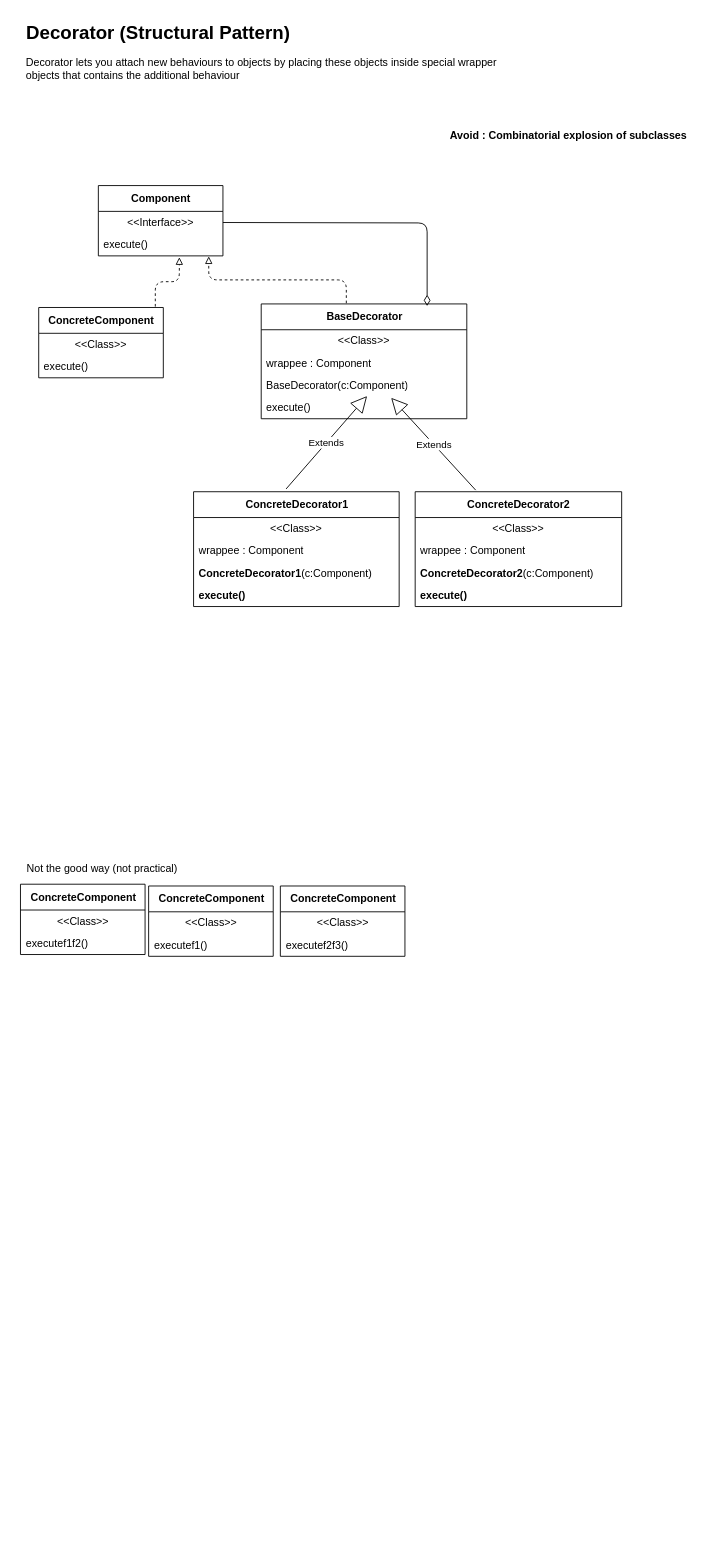
Earlier version of the draw.io diagram page "Decorator" (16 of 16) of design-patterns.drawio (p-killer/Boa-Design-Pattern). Source tidied: cells renumbered, new cells numbered last; positions are measured from the earlier drawing's top-left corner, leaving out a move shared by most shapes. Both pictures are drawn from the tidied source at 89%, with x=0, y=0 at pixel (18, 15).
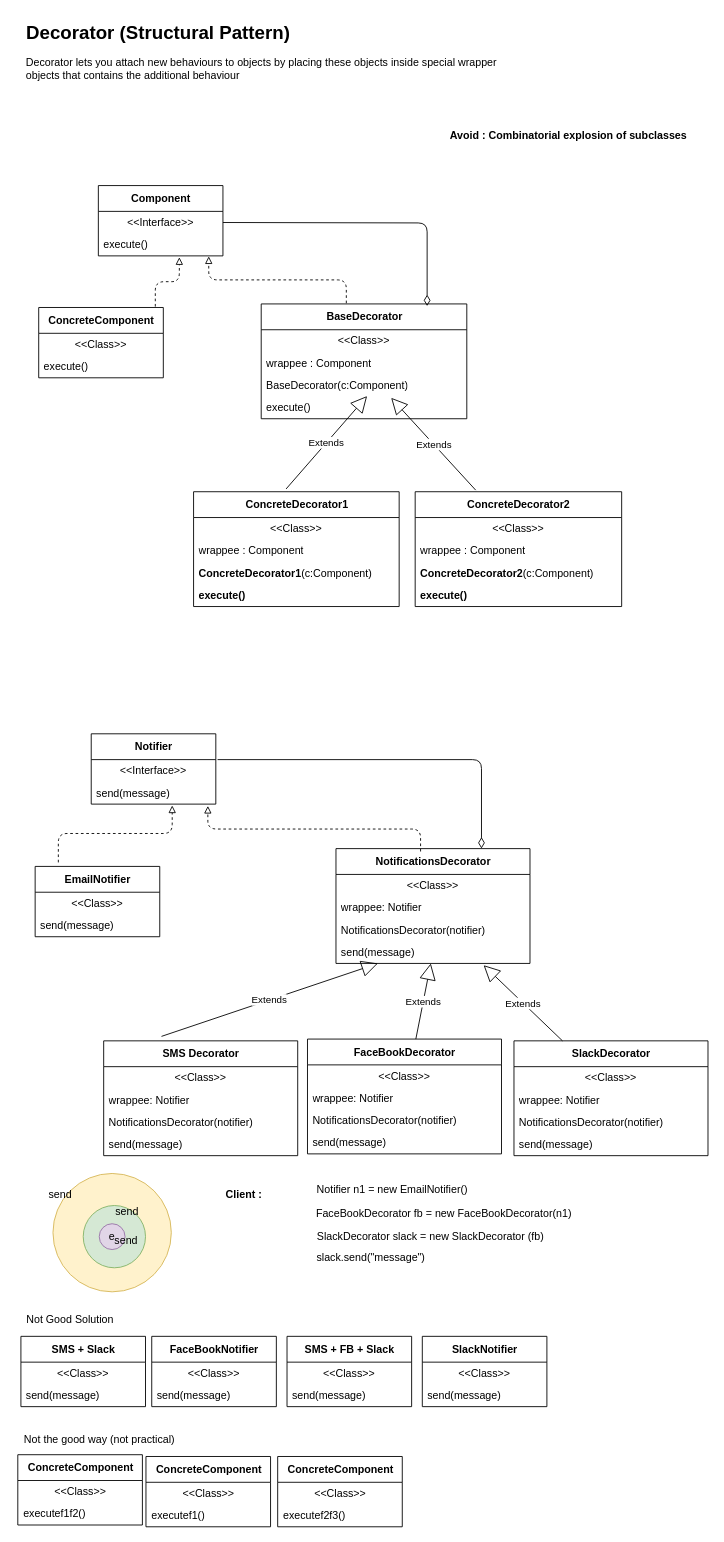
After the change.

Commit message (it also covers changes not shown here):
Decorator started !!!

The edit, as a diff of the source:
```diff
@@
     <mxCell id="19" style="group;" parent="1" vertex="1">
-      <mxGeometry y="946" width="434.5" height="111" as="geometry" />
+      <mxGeometry x="-3" y="1587" width="434.5" height="111" as="geometry" />
     </mxCell>
@@
+    <mxCell id="42" value="Notifier" style="swimlane;fontStyle=1;align=center;verticalAlign=middle;horizontal=1;startSize=29;html=1;" parent="1" vertex="1">
+      <mxGeometry x="82" y="807" width="140" height="79" as="geometry" />
+    </mxCell>
+    <mxCell id="43" value="&amp;lt;&amp;lt;Interface&amp;gt;&amp;gt;" style="text;html=1;strokeColor=none;fillColor=none;align=center;verticalAlign=middle;spacingLeft=4;spacingRight=4;overflow=hidden;points=[[0,0.5],[1,0.5]];portConstraint=eastwest;" parent="42" vertex="1">
+      <mxGeometry y="29" width="140" height="25" as="geometry" />
+    </mxCell>
+    <mxCell id="44" value="send(message)" style="text;html=1;strokeColor=none;fillColor=none;align=left;verticalAlign=middle;spacingLeft=4;spacingRight=4;overflow=hidden;points=[[0,0.5],[1,0.5]];portConstraint=eastwest;" parent="42" vertex="1">
+      <mxGeometry y="54" width="140" height="25" as="geometry" />
+    </mxCell>
+    <mxCell id="45" value="EmailNotifier" style="swimlane;fontStyle=1;align=center;verticalAlign=middle;horizontal=1;startSize=29;html=1;" parent="1" vertex="1">
+      <mxGeometry x="19" y="956" width="140" height="79" as="geometry" />
+    </mxCell>
+    <mxCell id="46" value="&amp;lt;&amp;lt;Class&amp;gt;&amp;gt;" style="text;html=1;strokeColor=none;fillColor=none;align=center;verticalAlign=middle;spacingLeft=4;spacingRight=4;overflow=hidden;" parent="45" vertex="1">
+      <mxGeometry y="29" width="140" height="25" as="geometry" />
+    </mxCell>
+    <mxCell id="47" value="send(message)" style="text;html=1;strokeColor=none;fillColor=none;align=left;verticalAlign=middle;spacingLeft=4;spacingRight=4;overflow=hidden;" parent="45" vertex="1">
+      <mxGeometry y="54" width="140" height="25" as="geometry" />
+    </mxCell>
+    <mxCell id="48" style="edgeStyle=elbowEdgeStyle;html=1;endArrow=block;elbow=vertical;endFill=0;dashed=1;rounded=1;entryX=0.65;entryY=1.06;entryDx=0;entryDy=0;entryPerimeter=0;exitX=0.186;exitY=-0.057;exitDx=0;exitDy=0;exitPerimeter=0;" parent="1" edge="1" source="45" target="44">
+      <mxGeometry relative="1" as="geometry" />
+    </mxCell>
+    <mxCell id="49" style="group;" parent="1" vertex="1">
+      <mxGeometry y="1453" width="594" height="110" as="geometry" />
+    </mxCell>
+    <mxCell id="50" value="FaceBookNotifier" style="swimlane;fontStyle=1;align=center;verticalAlign=middle;horizontal=1;startSize=29;html=1;" parent="49" vertex="1">
+      <mxGeometry x="150" y="31" width="140" height="79" as="geometry" />
+    </mxCell>
+    <mxCell id="51" value="&amp;lt;&amp;lt;Class&amp;gt;&amp;gt;" style="text;html=1;strokeColor=none;fillColor=none;align=center;verticalAlign=middle;spacingLeft=4;spacingRight=4;overflow=hidden;" parent="50" vertex="1">
+      <mxGeometry y="29" width="140" height="25" as="geometry" />
+    </mxCell>
+    <mxCell id="52" value="send(message)" style="text;html=1;strokeColor=none;fillColor=none;align=left;verticalAlign=middle;spacingLeft=4;spacingRight=4;overflow=hidden;" parent="50" vertex="1">
+      <mxGeometry y="54" width="140" height="25" as="geometry" />
+    </mxCell>
+    <mxCell id="53" value="SlackNotifier" style="swimlane;fontStyle=1;align=center;verticalAlign=middle;horizontal=1;startSize=29;html=1;" parent="49" vertex="1">
+      <mxGeometry x="454" y="31" width="140" height="79" as="geometry" />
+    </mxCell>
+    <mxCell id="54" value="&amp;lt;&amp;lt;Class&amp;gt;&amp;gt;" style="text;html=1;strokeColor=none;fillColor=none;align=center;verticalAlign=middle;spacingLeft=4;spacingRight=4;overflow=hidden;" parent="53" vertex="1">
+      <mxGeometry y="29" width="140" height="25" as="geometry" />
+    </mxCell>
+    <mxCell id="55" value="send(message)" style="text;html=1;strokeColor=none;fillColor=none;align=left;verticalAlign=middle;spacingLeft=4;spacingRight=4;overflow=hidden;" parent="53" vertex="1">
+      <mxGeometry y="54" width="140" height="25" as="geometry" />
+    </mxCell>
+    <mxCell id="56" value="SMS + Slack" style="swimlane;fontStyle=1;align=center;verticalAlign=middle;horizontal=1;startSize=29;html=1;" parent="49" vertex="1">
+      <mxGeometry x="3" y="31" width="140" height="79" as="geometry" />
+    </mxCell>
+    <mxCell id="57" value="&amp;lt;&amp;lt;Class&amp;gt;&amp;gt;" style="text;html=1;strokeColor=none;fillColor=none;align=center;verticalAlign=middle;spacingLeft=4;spacingRight=4;overflow=hidden;" parent="56" vertex="1">
+      <mxGeometry y="29" width="140" height="25" as="geometry" />
+    </mxCell>
+    <mxCell id="58" value="send(message)" style="text;html=1;strokeColor=none;fillColor=none;align=left;verticalAlign=middle;spacingLeft=4;spacingRight=4;overflow=hidden;" parent="56" vertex="1">
+      <mxGeometry y="54" width="140" height="25" as="geometry" />
+    </mxCell>
+    <mxCell id="59" value="SMS + FB + Slack" style="swimlane;fontStyle=1;align=center;verticalAlign=middle;horizontal=1;startSize=29;html=1;" parent="49" vertex="1">
+      <mxGeometry x="302" y="31" width="140" height="79" as="geometry" />
+    </mxCell>
+    <mxCell id="60" value="&amp;lt;&amp;lt;Class&amp;gt;&amp;gt;" style="text;html=1;strokeColor=none;fillColor=none;align=center;verticalAlign=middle;spacingLeft=4;spacingRight=4;overflow=hidden;" parent="59" vertex="1">
+      <mxGeometry y="29" width="140" height="25" as="geometry" />
+    </mxCell>
+    <mxCell id="61" value="send(message)" style="text;html=1;strokeColor=none;fillColor=none;align=left;verticalAlign=middle;spacingLeft=4;spacingRight=4;overflow=hidden;" parent="59" vertex="1">
+      <mxGeometry y="54" width="140" height="25" as="geometry" />
+    </mxCell>
+    <mxCell id="62" value="Not Good Solution" style="text;html=1;align=center;verticalAlign=middle;strokeColor=none;fillColor=none;" parent="49" vertex="1">
+      <mxGeometry width="116" height="26" as="geometry" />
+    </mxCell>
+    <mxCell id="63" value="NotificationsDecorator" style="swimlane;fontStyle=1;align=center;verticalAlign=middle;horizontal=1;startSize=29;html=1;" parent="1" vertex="1">
+      <mxGeometry x="357" y="936" width="218" height="129" as="geometry" />
+    </mxCell>
+    <mxCell id="64" value="&amp;lt;&amp;lt;Class&amp;gt;&amp;gt;" style="text;html=1;strokeColor=none;fillColor=none;align=center;verticalAlign=middle;spacingLeft=4;spacingRight=4;overflow=hidden;" parent="63" vertex="1">
+      <mxGeometry y="29" width="218" height="25" as="geometry" />
+    </mxCell>
+    <mxCell id="65" value="wrappee: Notifier" style="text;html=1;strokeColor=none;fillColor=none;align=left;verticalAlign=middle;spacingLeft=4;spacingRight=4;overflow=hidden;" parent="63" vertex="1">
+      <mxGeometry y="54" width="218" height="25" as="geometry" />
+    </mxCell>
+    <mxCell id="66" value="NotificationsDecorator(notifier)" style="text;html=1;strokeColor=none;fillColor=none;align=left;verticalAlign=middle;spacingLeft=4;spacingRight=4;overflow=hidden;" parent="63" vertex="1">
+      <mxGeometry y="79" width="218" height="25" as="geometry" />
+    </mxCell>
+    <mxCell id="67" value="send(message)" style="text;html=1;strokeColor=none;fillColor=none;align=left;verticalAlign=middle;spacingLeft=4;spacingRight=4;overflow=hidden;points=[[0,0.5],[1,0.5]];portConstraint=eastwest;" parent="63" vertex="1">
+      <mxGeometry y="104" width="218" height="25" as="geometry" />
+    </mxCell>
+    <mxCell id="68" style="edgeStyle=elbowEdgeStyle;html=1;endArrow=block;elbow=vertical;endFill=0;dashed=1;rounded=1;entryX=0.936;entryY=1.08;entryDx=0;entryDy=0;entryPerimeter=0;exitX=0.436;exitY=0.025;exitDx=0;exitDy=0;exitPerimeter=0;" parent="1" edge="1" source="63" target="44">
+      <mxGeometry relative="1" as="geometry" />
+    </mxCell>
+    <mxCell id="69" style="html=1;endArrow=diamondThin;endFill=0;edgeStyle=elbowEdgeStyle;elbow=vertical;endSize=10;rounded=1;entryX=0.75;entryY=0;entryDx=0;entryDy=0;exitX=1.014;exitY=0;exitDx=0;exitDy=0;exitPerimeter=0;" parent="1" edge="1" source="43" target="63">
+      <mxGeometry relative="1" as="geometry">
+        <Array as="points">
+          <mxPoint x="373" y="836" />
+          <mxPoint x="472" y="700.5" />
+        </Array>
+      </mxGeometry>
+    </mxCell>
+    <mxCell id="70" value="SMS Decorator" style="swimlane;fontStyle=1;align=center;verticalAlign=middle;horizontal=1;startSize=29;html=1;" parent="1" vertex="1">
+      <mxGeometry x="96" y="1152" width="218" height="129" as="geometry" />
+    </mxCell>
+    <mxCell id="71" value="&amp;lt;&amp;lt;Class&amp;gt;&amp;gt;" style="text;html=1;strokeColor=none;fillColor=none;align=center;verticalAlign=middle;spacingLeft=4;spacingRight=4;overflow=hidden;" parent="70" vertex="1">
+      <mxGeometry y="29" width="218" height="25" as="geometry" />
+    </mxCell>
+    <mxCell id="72" value="wrappee: Notifier" style="text;html=1;strokeColor=none;fillColor=none;align=left;verticalAlign=middle;spacingLeft=4;spacingRight=4;overflow=hidden;" parent="70" vertex="1">
+      <mxGeometry y="54" width="218" height="25" as="geometry" />
+    </mxCell>
+    <mxCell id="73" value="NotificationsDecorator(notifier)" style="text;html=1;strokeColor=none;fillColor=none;align=left;verticalAlign=middle;spacingLeft=4;spacingRight=4;overflow=hidden;" parent="70" vertex="1">
+      <mxGeometry y="79" width="218" height="25" as="geometry" />
+    </mxCell>
+    <mxCell id="74" value="send(message)" style="text;html=1;strokeColor=none;fillColor=none;align=left;verticalAlign=middle;spacingLeft=4;spacingRight=4;overflow=hidden;" parent="70" vertex="1">
+      <mxGeometry y="104" width="218" height="25" as="geometry" />
+    </mxCell>
+    <mxCell id="75" value="FaceBookDecorator" style="swimlane;fontStyle=1;align=center;verticalAlign=middle;horizontal=1;startSize=29;html=1;" parent="1" vertex="1">
+      <mxGeometry x="325" y="1150" width="218" height="129" as="geometry" />
+    </mxCell>
+    <mxCell id="76" value="&amp;lt;&amp;lt;Class&amp;gt;&amp;gt;" style="text;html=1;strokeColor=none;fillColor=none;align=center;verticalAlign=middle;spacingLeft=4;spacingRight=4;overflow=hidden;" parent="75" vertex="1">
+      <mxGeometry y="29" width="218" height="25" as="geometry" />
+    </mxCell>
+    <mxCell id="77" value="wrappee: Notifier" style="text;html=1;strokeColor=none;fillColor=none;align=left;verticalAlign=middle;spacingLeft=4;spacingRight=4;overflow=hidden;" parent="75" vertex="1">
+      <mxGeometry y="54" width="218" height="25" as="geometry" />
+    </mxCell>
+    <mxCell id="78" value="NotificationsDecorator(notifier)" style="text;html=1;strokeColor=none;fillColor=none;align=left;verticalAlign=middle;spacingLeft=4;spacingRight=4;overflow=hidden;" parent="75" vertex="1">
+      <mxGeometry y="79" width="218" height="25" as="geometry" />
+    </mxCell>
+    <mxCell id="79" value="send(message)" style="text;html=1;strokeColor=none;fillColor=none;align=left;verticalAlign=middle;spacingLeft=4;spacingRight=4;overflow=hidden;" parent="75" vertex="1">
+      <mxGeometry y="104" width="218" height="25" as="geometry" />
+    </mxCell>
+    <mxCell id="80" value="SlackDecorator" style="swimlane;fontStyle=1;align=center;verticalAlign=middle;horizontal=1;startSize=29;html=1;" parent="1" vertex="1">
+      <mxGeometry x="557" y="1152" width="218" height="129" as="geometry" />
+    </mxCell>
+    <mxCell id="81" value="&amp;lt;&amp;lt;Class&amp;gt;&amp;gt;" style="text;html=1;strokeColor=none;fillColor=none;align=center;verticalAlign=middle;spacingLeft=4;spacingRight=4;overflow=hidden;" parent="80" vertex="1">
+      <mxGeometry y="29" width="218" height="25" as="geometry" />
+    </mxCell>
+    <mxCell id="82" value="wrappee: Notifier" style="text;html=1;strokeColor=none;fillColor=none;align=left;verticalAlign=middle;spacingLeft=4;spacingRight=4;overflow=hidden;" parent="80" vertex="1">
+      <mxGeometry y="54" width="218" height="25" as="geometry" />
+    </mxCell>
+    <mxCell id="83" value="NotificationsDecorator(notifier)" style="text;html=1;strokeColor=none;fillColor=none;align=left;verticalAlign=middle;spacingLeft=4;spacingRight=4;overflow=hidden;" parent="80" vertex="1">
+      <mxGeometry y="79" width="218" height="25" as="geometry" />
+    </mxCell>
+    <mxCell id="84" value="send(message)" style="text;html=1;strokeColor=none;fillColor=none;align=left;verticalAlign=middle;spacingLeft=4;spacingRight=4;overflow=hidden;" parent="80" vertex="1">
+      <mxGeometry y="104" width="218" height="25" as="geometry" />
+    </mxCell>
+    <mxCell id="85" value="Extends" style="endArrow=block;endSize=16;endFill=0;html=1;rounded=1;exitX=0.298;exitY=-0.039;exitDx=0;exitDy=0;exitPerimeter=0;entryX=0.216;entryY=1;entryDx=0;entryDy=0;entryPerimeter=0;" parent="1" edge="1" source="70" target="67">
+      <mxGeometry relative="1" as="geometry" />
+    </mxCell>
+    <mxCell id="86" value="Extends" style="endArrow=block;endSize=16;endFill=0;html=1;rounded=1;" parent="1" edge="1" source="75" target="67">
+      <mxGeometry relative="1" as="geometry" />
+    </mxCell>
+    <mxCell id="87" value="Extends" style="endArrow=block;endSize=16;endFill=0;html=1;rounded=1;entryX=0.761;entryY=1.08;entryDx=0;entryDy=0;entryPerimeter=0;exitX=0.25;exitY=0;exitDx=0;exitDy=0;" parent="1" edge="1" source="80" target="67">
+      <mxGeometry relative="1" as="geometry" />
+    </mxCell>
+    <mxCell id="88" style="group;" parent="1" vertex="1">
+      <mxGeometry x="325" y="1307" width="305.2" height="104" as="geometry" />
+    </mxCell>
+    <mxCell id="89" value="Notifier n1 = new EmailNotifier()" style="text;html=1;align=center;verticalAlign=middle;strokeColor=none;fillColor=none;" parent="88" vertex="1">
+      <mxGeometry x="1" width="188" height="26" as="geometry" />
+    </mxCell>
+    <mxCell id="90" value="FaceBookDecorator fb = new FaceBookDecorator(n1)" style="text;html=1;align=center;verticalAlign=middle;strokeColor=none;fillColor=none;" parent="88" vertex="1">
+      <mxGeometry x="0.2" y="26" width="305" height="26" as="geometry" />
+    </mxCell>
+    <mxCell id="91" value="SlackDecorator slack = new SlackDecorator (fb)" style="text;html=1;align=center;verticalAlign=middle;strokeColor=none;fillColor=none;" parent="88" vertex="1">
+      <mxGeometry x="1" y="52" width="273" height="26" as="geometry" />
+    </mxCell>
+    <mxCell id="92" value="slack.send(&quot;message&quot;)" style="text;html=1;align=center;verticalAlign=middle;strokeColor=none;fillColor=none;" parent="88" vertex="1">
+      <mxGeometry x="1" y="76" width="140" height="26" as="geometry" />
+    </mxCell>
+    <mxCell id="93" value="Client :&amp;nbsp;" style="text;html=1;align=center;verticalAlign=middle;strokeColor=none;fillColor=none;fontStyle=1;" parent="1" vertex="1">
+      <mxGeometry x="224" y="1312" width="62" height="26" as="geometry" />
+    </mxCell>
+    <mxCell id="94" style="ellipse;whiteSpace=wrap;html=1;fillColor=#fff2cc;strokeColor=#d6b656;" parent="1" vertex="1">
+      <mxGeometry x="39" y="1301" width="133" height="133" as="geometry" />
+    </mxCell>
+    <mxCell id="95" value="send" style="text;html=1;align=center;verticalAlign=middle;strokeColor=none;fillColor=none;" parent="1" vertex="1">
+      <mxGeometry x="25" y="1312" width="44" height="26" as="geometry" />
+    </mxCell>
+    <mxCell id="96" style="ellipse;whiteSpace=wrap;html=1;fillColor=#d5e8d4;strokeColor=#82b366;" parent="1" vertex="1">
+      <mxGeometry x="73" y="1337" width="70" height="70" as="geometry" />
+    </mxCell>
+    <mxCell id="97" value="send" style="text;html=1;align=center;verticalAlign=middle;strokeColor=none;fillColor=none;" parent="1" vertex="1">
+      <mxGeometry x="100" y="1331" width="44" height="26" as="geometry" />
+    </mxCell>
+    <mxCell id="98" value="e" style="ellipse;whiteSpace=wrap;html=1;fillColor=#e1d5e7;strokeColor=#9673a6;" parent="1" vertex="1">
+      <mxGeometry x="91" y="1357.5" width="29" height="29" as="geometry" />
+    </mxCell>
+    <mxCell id="99" value="send" style="text;html=1;align=center;verticalAlign=middle;strokeColor=none;fillColor=none;" parent="1" vertex="1">
+      <mxGeometry x="99" y="1364" width="44" height="26" as="geometry" />
+    </mxCell>
```
